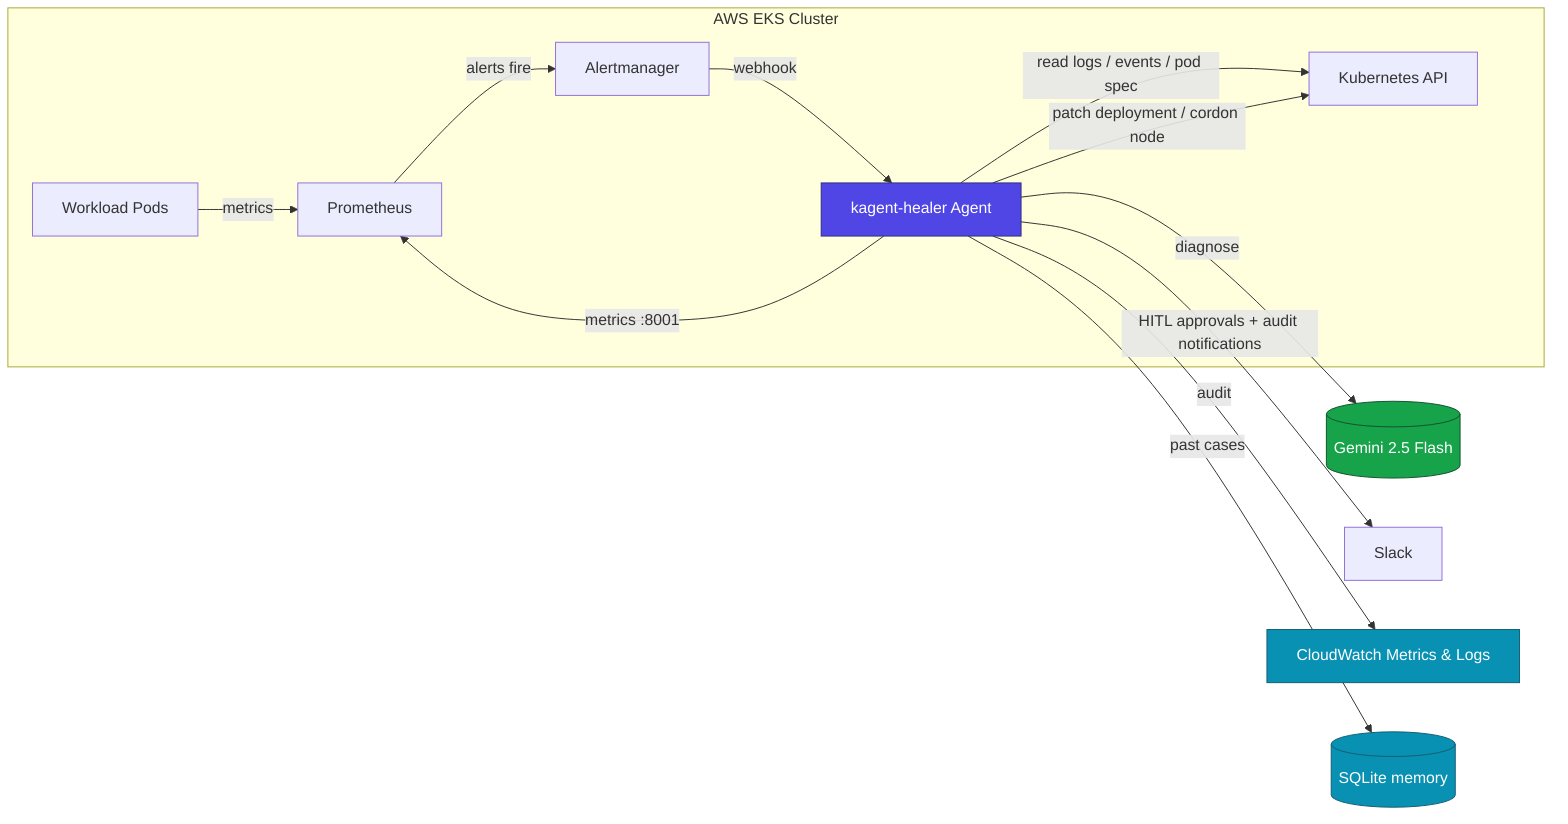
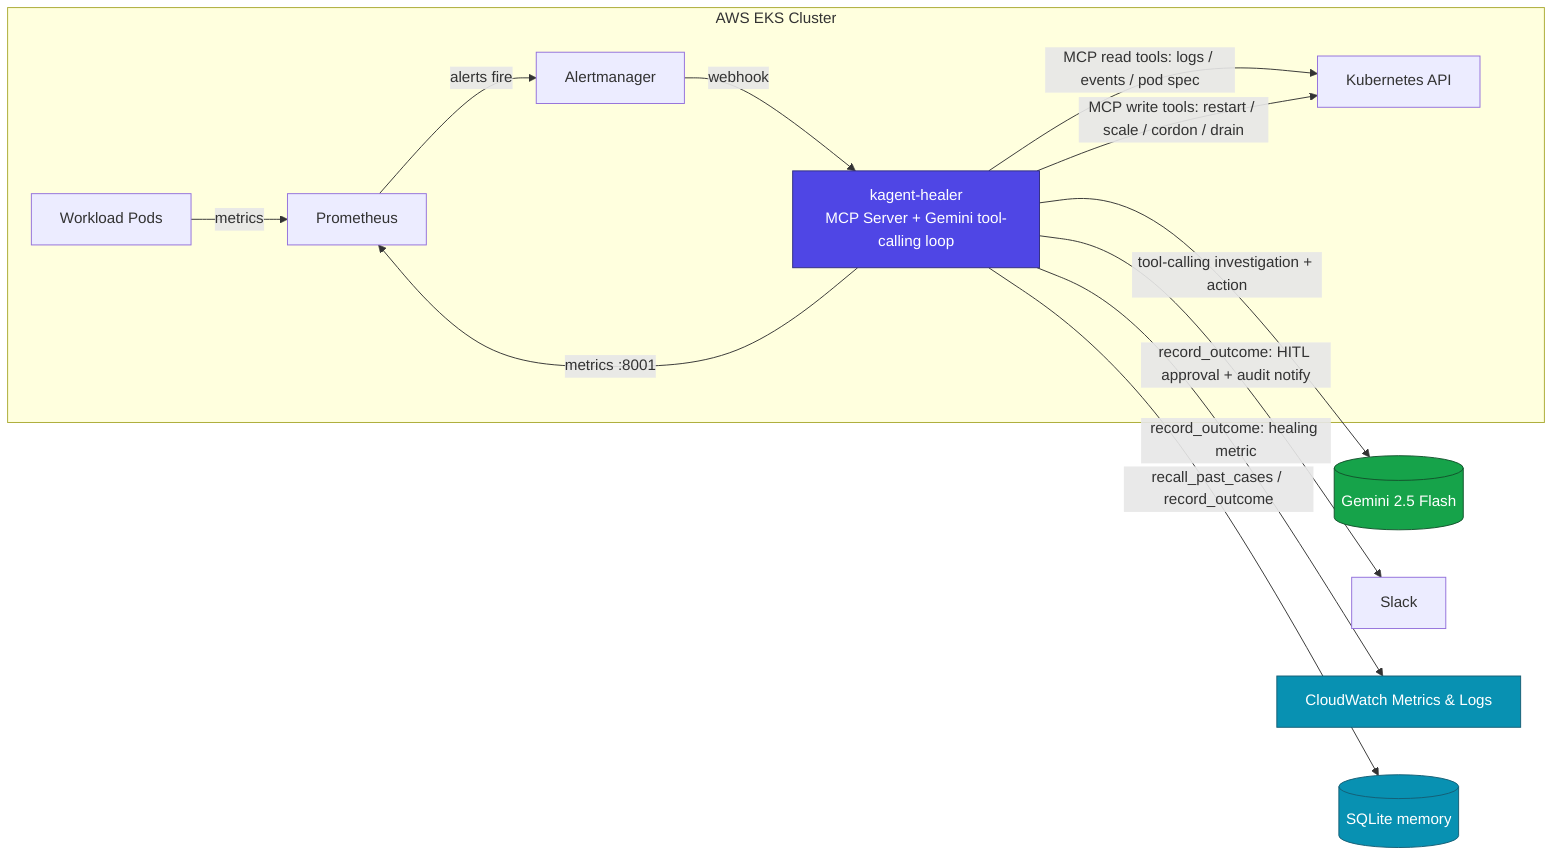
flowchart LR
    subgraph K8s["AWS EKS Cluster"]
        P[Workload Pods] -->|metrics| PR[Prometheus]
        PR -->|alerts fire| AM[Alertmanager]
-         AM -->|webhook| AG[kagent-healer Agent]
-         AG -->|read logs / events / pod spec| K8sAPI[Kubernetes API]
-         AG -->|patch deployment / cordon node| K8sAPI
+         AM -->|webhook| AG[kagent-healer\nMCP Server + Gemini tool-calling loop]
+         AG -->|MCP read tools: logs / events / pod spec| K8sAPI[Kubernetes API]
+         AG -->|MCP write tools: restart / scale / cordon / drain| K8sAPI
        AG -->|metrics :8001| PR
    end

-     AG -->|diagnose| G[(Gemini 2.5 Flash)]
-     AG -->|HITL approvals + audit notifications| S[Slack]
-     AG -->|audit| CW[CloudWatch Metrics & Logs]
-     AG -->|past cases| MEM[(SQLite memory)]
+     AG -->|tool-calling investigation + action| G[(Gemini 2.5 Flash)]
+     AG -->|record_outcome: HITL approval + audit notify| S[Slack]
+     AG -->|record_outcome: healing metric| CW[CloudWatch Metrics & Logs]
+     AG -->|recall_past_cases / record_outcome| MEM[(SQLite memory)]

    classDef agent fill:#4f46e5,color:#fff,stroke:#312e81;
    classDef ai fill:#16a34a,color:#fff,stroke:#14532d;
    classDef store fill:#0891b2,color:#fff,stroke:#155e75;
    class AG agent
    class G ai
    class MEM,CW store
